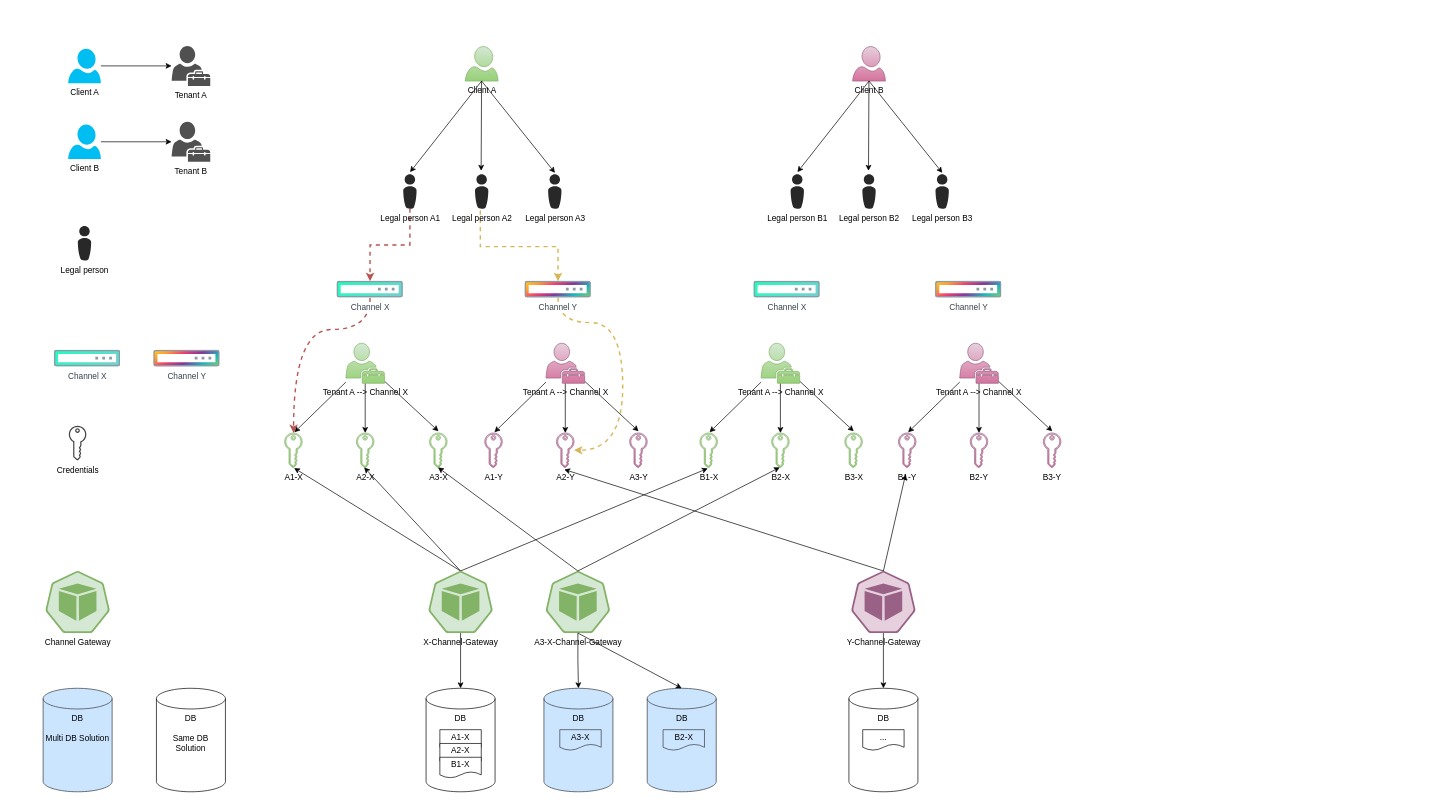
Above: Fourth Payment.drawio in catface996/images (draw.io), before the change. Source tidied: cells renumbered, new cells numbered last; positions are measured from the earlier drawing's top-left corner, leaving out a move shared by most shapes. Both pictures are drawn from the tidied source at 69%, with x=0, y=0 at pixel (12, 46).
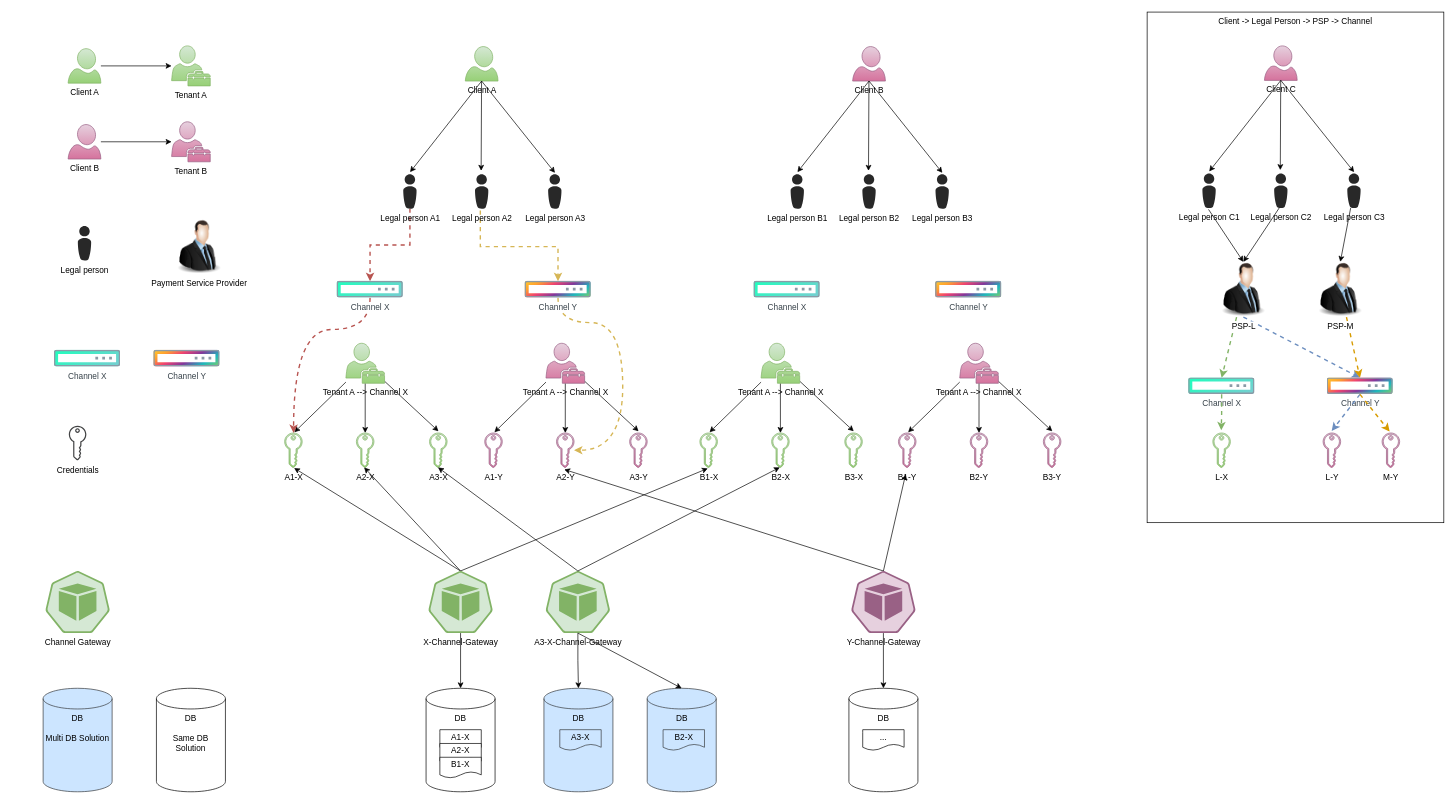
The same diagram, later.

Change to the diagram source:
```diff
@@
+    <mxCell id="89" value="Client -&amp;gt; Legal Person -&amp;gt; PSP -&amp;gt; Channel" style="rounded=0;whiteSpace=wrap;html=1;verticalAlign=top;" parent="1" vertex="1">
+      <mxGeometry x="1645" y="-49" width="430" height="740" as="geometry" />
+    </mxCell>
@@
-    <mxCell id="32" value="Client A" style="verticalLabelPosition=bottom;html=1;verticalAlign=top;align=center;strokeColor=none;fillColor=#00BEF2;shape=mxgraph.azure.user;" parent="1" vertex="1">
+    <mxCell id="32" value="Client A" style="verticalLabelPosition=bottom;html=1;verticalAlign=top;align=center;strokeColor=#82b366;fillColor=#d5e8d4;shape=mxgraph.azure.user;gradientColor=#97d077;" parent="1" vertex="1">
       <mxGeometry x="81.2" y="4" width="47.5" height="50" as="geometry" />
     </mxCell>
@@
-    <mxCell id="34" value="Client B" style="verticalLabelPosition=bottom;html=1;verticalAlign=top;align=center;strokeColor=none;fillColor=#00BEF2;shape=mxgraph.azure.user;" parent="1" vertex="1">
+    <mxCell id="34" value="Client B" style="verticalLabelPosition=bottom;html=1;verticalAlign=top;align=center;strokeColor=#996185;fillColor=#e6d0de;shape=mxgraph.azure.user;gradientColor=#d5739d;" parent="1" vertex="1">
       <mxGeometry x="81.2" y="114" width="47.5" height="50" as="geometry" />
     </mxCell>
-    <mxCell id="35" value="Tenant A" style="sketch=0;shadow=0;dashed=0;html=1;strokeColor=none;fillColor=#505050;labelPosition=center;verticalLabelPosition=bottom;verticalAlign=top;outlineConnect=0;align=center;shape=mxgraph.office.users.tenant_admin;" parent="1" vertex="1">
+    <mxCell id="35" value="Tenant A" style="sketch=0;shadow=0;dashed=0;html=1;strokeColor=#82b366;fillColor=#d5e8d4;labelPosition=center;verticalLabelPosition=bottom;verticalAlign=top;outlineConnect=0;align=center;shape=mxgraph.office.users.tenant_admin;gradientColor=#97d077;" parent="1" vertex="1">
       <mxGeometry x="231.2" width="56" height="58" as="geometry" />
     </mxCell>
-    <mxCell id="36" value="Tenant B" style="sketch=0;shadow=0;dashed=0;html=1;strokeColor=none;fillColor=#505050;labelPosition=center;verticalLabelPosition=bottom;verticalAlign=top;outlineConnect=0;align=center;shape=mxgraph.office.users.tenant_admin;" parent="1" vertex="1">
+    <mxCell id="36" value="Tenant B" style="sketch=0;shadow=0;dashed=0;html=1;strokeColor=#996185;fillColor=#e6d0de;labelPosition=center;verticalLabelPosition=bottom;verticalAlign=top;outlineConnect=0;align=center;shape=mxgraph.office.users.tenant_admin;gradientColor=#d5739d;" parent="1" vertex="1">
       <mxGeometry x="231.2" y="110" width="56" height="58" as="geometry" />
     </mxCell>
@@
+    <mxCell id="90" value="Payment Service Provider" style="image;html=1;image=img/lib/clip_art/people/Suit_Man_128x128.png;" parent="1" vertex="1">
+      <mxGeometry x="231.2" y="251" width="80" height="80" as="geometry" />
+    </mxCell>
+    <mxCell id="91" value="Client C" style="verticalLabelPosition=bottom;html=1;verticalAlign=top;align=center;strokeColor=#996185;fillColor=#e6d0de;shape=mxgraph.azure.user;gradientColor=#d5739d;" parent="1" vertex="1">
+      <mxGeometry x="1815" width="47.5" height="50" as="geometry" />
+    </mxCell>
+    <mxCell id="92" style="rounded=0;jettySize=auto;html=1;entryX=0.5;entryY=0;entryDx=0;entryDy=0;exitX=0.462;exitY=1.04;exitDx=0;exitDy=0;exitPerimeter=0;" parent="1" edge="1" source="93" target="103">
+      <mxGeometry relative="1" as="geometry" />
+    </mxCell>
+    <mxCell id="93" value="Legal person C1" style="verticalLabelPosition=bottom;sketch=0;html=1;fillColor=#282828;strokeColor=none;verticalAlign=top;align=center;shape=mxgraph.cisco_safe.people_places_things_icons.icon8;" parent="1" vertex="1">
+      <mxGeometry x="1725" y="185" width="19.5" height="50" as="geometry" />
+    </mxCell>
+    <mxCell id="94" style="rounded=0;jettySize=auto;html=1;entryX=0.513;entryY=-0.06;entryDx=0;entryDy=0;entryPerimeter=0;exitX=0.5;exitY=1;exitDx=0;exitDy=0;exitPerimeter=0;" parent="1" edge="1" source="91" target="93">
+      <mxGeometry relative="1" as="geometry" />
+    </mxCell>
+    <mxCell id="95" style="rounded=0;jettySize=auto;html=1;entryX=0.5;entryY=0;entryDx=0;entryDy=0;" parent="1" edge="1" target="103">
+      <mxGeometry relative="1" as="geometry">
+        <mxPoint x="1839" y="231" as="sourcePoint" />
+      </mxGeometry>
+    </mxCell>
+    <mxCell id="96" value="Legal person C2" style="verticalLabelPosition=bottom;sketch=0;html=1;fillColor=#282828;strokeColor=none;verticalAlign=top;align=center;shape=mxgraph.cisco_safe.people_places_things_icons.icon8;" parent="1" vertex="1">
+      <mxGeometry x="1829" y="185" width="19.5" height="50" as="geometry" />
+    </mxCell>
+    <mxCell id="97" style="rounded=0;jettySize=auto;html=1;entryX=0.5;entryY=0;entryDx=0;entryDy=0;" parent="1" edge="1" source="98" target="105">
+      <mxGeometry relative="1" as="geometry" />
+    </mxCell>
+    <mxCell id="98" value="Legal person C3" style="verticalLabelPosition=bottom;sketch=0;html=1;fillColor=#282828;strokeColor=none;verticalAlign=top;align=center;shape=mxgraph.cisco_safe.people_places_things_icons.icon8;" parent="1" vertex="1">
+      <mxGeometry x="1935" y="185" width="19.5" height="50" as="geometry" />
+    </mxCell>
+    <mxCell id="99" style="rounded=0;jettySize=auto;html=1;entryX=0.462;entryY=-0.1;entryDx=0;entryDy=0;entryPerimeter=0;" parent="1" edge="1" source="91" target="96">
+      <mxGeometry relative="1" as="geometry" />
+    </mxCell>
+    <mxCell id="100" style="rounded=0;jettySize=auto;html=1;entryX=0.513;entryY=-0.04;entryDx=0;entryDy=0;entryPerimeter=0;exitX=0.5;exitY=1;exitDx=0;exitDy=0;exitPerimeter=0;" parent="1" edge="1" source="91" target="98">
+      <mxGeometry relative="1" as="geometry" />
+    </mxCell>
+    <mxCell id="101" style="rounded=0;jettySize=auto;html=1;entryX=0.5;entryY=0;entryDx=0;entryDy=0;fillColor=#d5e8d4;gradientColor=#97d077;strokeColor=#82b366;dashed=1;strokeWidth=2;" parent="1" edge="1" source="103" target="106">
+      <mxGeometry relative="1" as="geometry" />
+    </mxCell>
+    <mxCell id="102" style="rounded=0;jettySize=auto;html=1;entryX=0.5;entryY=0;entryDx=0;entryDy=0;exitX=0.5;exitY=1;exitDx=0;exitDy=0;dashed=1;strokeWidth=2;fillColor=#dae8fc;gradientColor=#7ea6e0;strokeColor=#6c8ebf;" parent="1" edge="1" source="103" target="107">
+      <mxGeometry relative="1" as="geometry" />
+    </mxCell>
+    <mxCell id="103" value="PSP-L" style="image;html=1;image=img/lib/clip_art/people/Suit_Man_128x128.png;" parent="1" vertex="1">
+      <mxGeometry x="1744.5" y="313" width="80" height="80" as="geometry" />
+    </mxCell>
+    <mxCell id="104" style="rounded=0;jettySize=auto;html=1;entryX=0.5;entryY=0;entryDx=0;entryDy=0;dashed=1;fillColor=#ffcd28;gradientColor=#ffa500;strokeColor=#d79b00;strokeWidth=2;" parent="1" edge="1" source="105" target="107">
+      <mxGeometry relative="1" as="geometry" />
+    </mxCell>
+    <mxCell id="105" value="PSP-M" style="image;html=1;image=img/lib/clip_art/people/Suit_Man_128x128.png;" parent="1" vertex="1">
+      <mxGeometry x="1885" y="313" width="80" height="80" as="geometry" />
+    </mxCell>
+    <mxCell id="106" value="Channel X" style="image;perimeter=ellipsePerimeter;html=1;align=center;fontSize=12;verticalAlign=top;fontColor=#364149;shadow=0;dashed=0;image=img/lib/cumulus/switch_out_of_band.svg;" parent="1" vertex="1">
+      <mxGeometry x="1705" y="481" width="96" height="24" as="geometry" />
+    </mxCell>
+    <mxCell id="107" value="Channel Y" style="image;perimeter=ellipsePerimeter;html=1;align=center;fontSize=12;verticalAlign=top;fontColor=#364149;shadow=0;dashed=0;image=img/lib/cumulus/switch_voyager.svg;" parent="1" vertex="1">
+      <mxGeometry x="1905.5" y="481" width="96" height="24" as="geometry" />
+    </mxCell>
+    <mxCell id="108" value="L-X" style="sketch=0;shadow=0;dashed=0;html=1;strokeColor=#82b366;fillColor=#d5e8d4;labelPosition=center;verticalLabelPosition=bottom;verticalAlign=top;align=center;outlineConnect=0;shape=mxgraph.vvd.tenant_key;gradientColor=#97d077;" parent="1" vertex="1">
+      <mxGeometry x="1740.2" y="561" width="25.5" height="50" as="geometry" />
+    </mxCell>
+    <mxCell id="109" value="L-Y" style="sketch=0;shadow=0;dashed=0;html=1;strokeColor=#996185;fillColor=#e6d0de;labelPosition=center;verticalLabelPosition=bottom;verticalAlign=top;align=center;outlineConnect=0;shape=mxgraph.vvd.tenant_key;gradientColor=#d5739d;" parent="1" vertex="1">
+      <mxGeometry x="1900" y="561" width="25.5" height="50" as="geometry" />
+    </mxCell>
+    <mxCell id="110" value="M-Y" style="sketch=0;shadow=0;dashed=0;html=1;strokeColor=#996185;fillColor=#e6d0de;labelPosition=center;verticalLabelPosition=bottom;verticalAlign=top;align=center;outlineConnect=0;shape=mxgraph.vvd.tenant_key;gradientColor=#d5739d;" parent="1" vertex="1">
+      <mxGeometry x="1985.5" y="561" width="25.5" height="50" as="geometry" />
+    </mxCell>
+    <mxCell id="111" style="edgeStyle=orthogonalEdgeStyle;rounded=0;jettySize=auto;html=1;entryX=0.48;entryY=-0.08;entryDx=0;entryDy=0;entryPerimeter=0;fillColor=#d5e8d4;gradientColor=#97d077;strokeColor=#82b366;dashed=1;strokeWidth=2;" parent="1" edge="1" source="106" target="108">
+      <mxGeometry relative="1" as="geometry" />
+    </mxCell>
+    <mxCell id="112" style="rounded=0;jettySize=auto;html=1;entryX=0.49;entryY=-0.06;entryDx=0;entryDy=0;entryPerimeter=0;exitX=0.5;exitY=1;exitDx=0;exitDy=0;dashed=1;strokeWidth=2;fillColor=#dae8fc;gradientColor=#7ea6e0;strokeColor=#6c8ebf;" parent="1" edge="1" source="107" target="109">
+      <mxGeometry relative="1" as="geometry" />
+    </mxCell>
+    <mxCell id="113" style="rounded=0;jettySize=auto;html=1;entryX=0.431;entryY=-0.04;entryDx=0;entryDy=0;entryPerimeter=0;exitX=0.5;exitY=1;exitDx=0;exitDy=0;dashed=1;fillColor=#ffcd28;gradientColor=#ffa500;strokeColor=#d79b00;strokeWidth=2;" parent="1" edge="1" source="107" target="110">
+      <mxGeometry relative="1" as="geometry" />
+    </mxCell>
```
